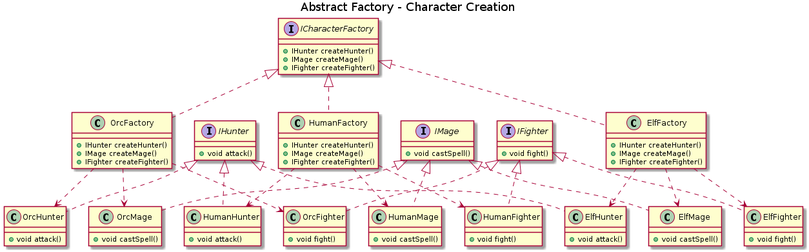
Before: UML/Abstract_Factory/character.abstract-factory.png, a diagram exported from PlantUML (project-survivor/documentation).
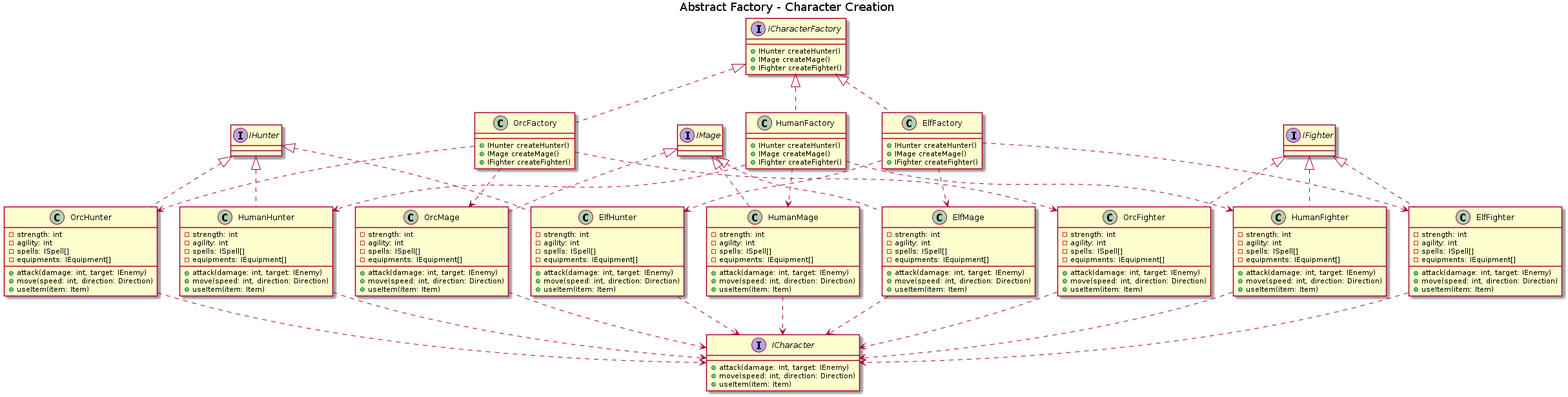
After the change.

The edit, as a diff of the source:
```diff
@@ -2,51 +2,102 @@
 title Abstract Factory - Character Creation
 
 interface IHunter {
-    + void attack()
 }
 
 interface IMage {
-    + void castSpell()
 }
 
 interface IFighter {
-    + void fight()
 }
 
 class OrcHunter implements IHunter {
-    + void attack()
+    -strength: int
+    -agility: int
+    -spells: ISpell[]
+    -equipments: IEquipment[]
+    + attack(damage: int, target: IEnemy)
+    + move(speed: int, direction: Direction)
+    + useItem(item: Item)
 }
 
 class HumanHunter implements IHunter {
-    + void attack()
+    -strength: int
+    -agility: int
+    -spells: ISpell[]
+    -equipments: IEquipment[]
+    + attack(damage: int, target: IEnemy)
+    + move(speed: int, direction: Direction)
+    + useItem(item: Item)
 }
 
 class ElfHunter implements IHunter {
-    + void attack()
+    -strength: int
+    -agility: int
+    -spells: ISpell[]
+    -equipments: IEquipment[]
+    + attack(damage: int, target: IEnemy)
+    + move(speed: int, direction: Direction)
+    + useItem(item: Item)
 }
 
-class OrcMage implements IMage {
-    + void castSpell()
+class OrcMage implements IMage{
+    -strength: int
+    -agility: int
+    -spells: ISpell[]
+    -equipments: IEquipment[]
+    + attack(damage: int, target: IEnemy)
+    + move(speed: int, direction: Direction)
+    + useItem(item: Item)
 }
 
 class HumanMage implements IMage {
-    + void castSpell()
+    -strength: int
+    -agility: int
+    -spells: ISpell[]
+    -equipments: IEquipment[]
+    + attack(damage: int, target: IEnemy)
+    + move(speed: int, direction: Direction)
+    + useItem(item: Item)
 }
 
 class ElfMage implements IMage {
-    + void castSpell()
+    -strength: int
+    -agility: int
+    -spells: ISpell[]
+    -equipments: IEquipment[]
+    + attack(damage: int, target: IEnemy)
+    + move(speed: int, direction: Direction)
+    + useItem(item: Item)
 }
 
 class OrcFighter implements IFighter {
-    + void fight()
+    -strength: int
+    -agility: int
+    -spells: ISpell[]
+    -equipments: IEquipment[]
+    + attack(damage: int, target: IEnemy)
+    + move(speed: int, direction: Direction)
+    + useItem(item: Item)
 }
 
 class HumanFighter implements IFighter {
-    + void fight()
+    -strength: int
+    -agility: int
+    -spells: ISpell[]
+    -equipments: IEquipment[]
+    + attack(damage: int, target: IEnemy)
+    + move(speed: int, direction: Direction)
+    + useItem(item: Item)
 }
 
 class ElfFighter implements IFighter {
-    + void fight()
+    -strength: int
+    -agility: int
+    -spells: ISpell[]
+    -equipments: IEquipment[]
+    + attack(damage: int, target: IEnemy)
+    + move(speed: int, direction: Direction)
+    + useItem(item: Item)
 }
 
 interface ICharacterFactory {
@@ -73,6 +124,12 @@
     + IFighter createFighter()
 }
 
+interface ICharacter {
+    + attack(damage: int, target: IEnemy)
+    + move(speed: int, direction: Direction)
+    + useItem(item: Item)
+}
+
 
 OrcFactory ..> OrcHunter
 OrcFactory ..> OrcMage
@@ -86,4 +143,16 @@
 ElfFactory ..> ElfMage
 ElfFactory ..> ElfFighter
 
+HumanHunter ..> ICharacter
+HumanMage ..> ICharacter
+HumanFighter ..> ICharacter
+
+OrcHunter ..> ICharacter
+OrcMage ..> ICharacter
+OrcFighter ..> ICharacter
+
+ElfHunter ..> ICharacter
+ElfMage ..> ICharacter
+ElfFighter ..> ICharacter
+
 @enduml
```
